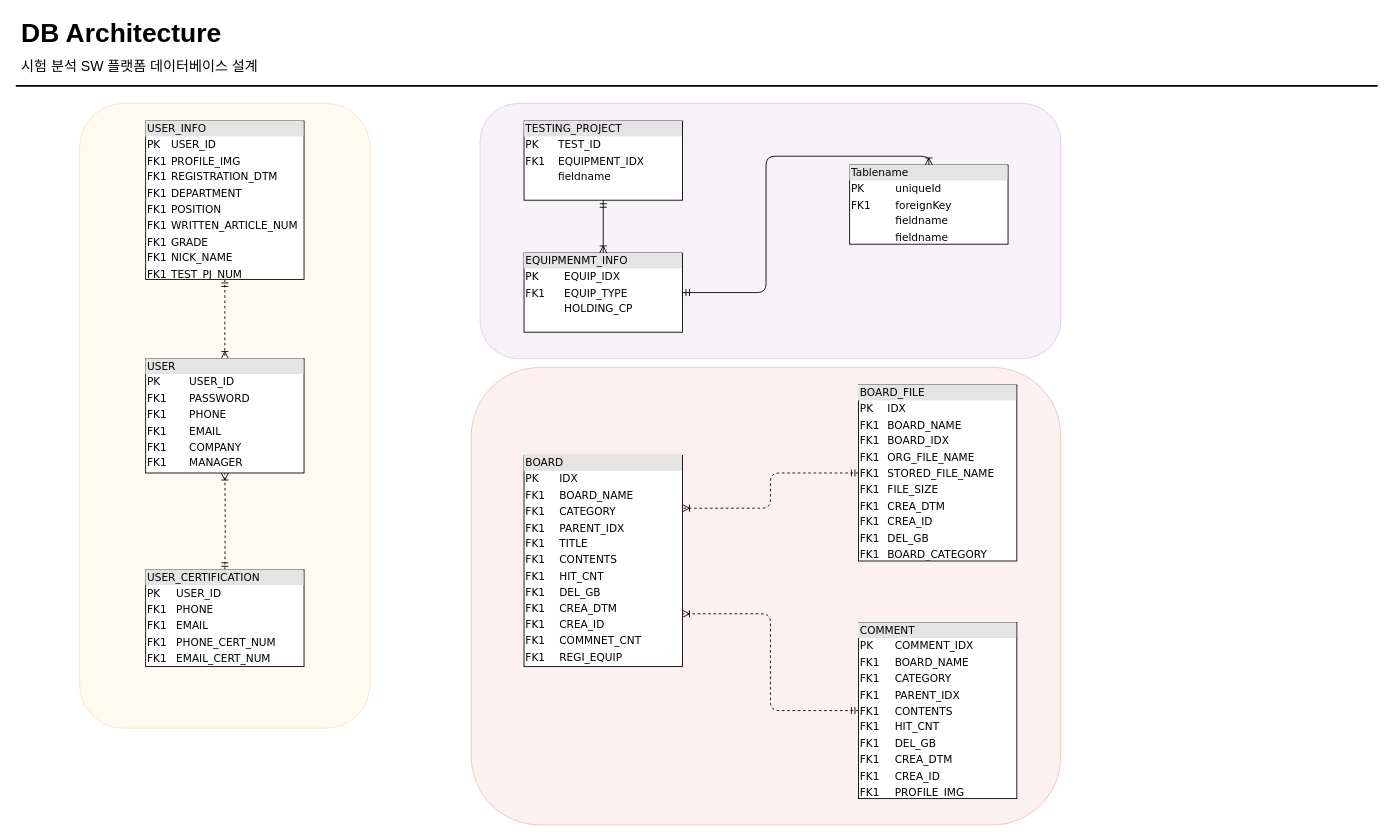
This is DB_architecture.drawio from penzance-jshan/test, a draw.io file, before an edit. Source tidied: cells renumbered, new cells numbered last; positions are measured from the earlier drawing's top-left corner, leaving out a move shared by most shapes. Both pictures are drawn from the tidied source at 88%, with x=0, y=0 at pixel (15, 15).
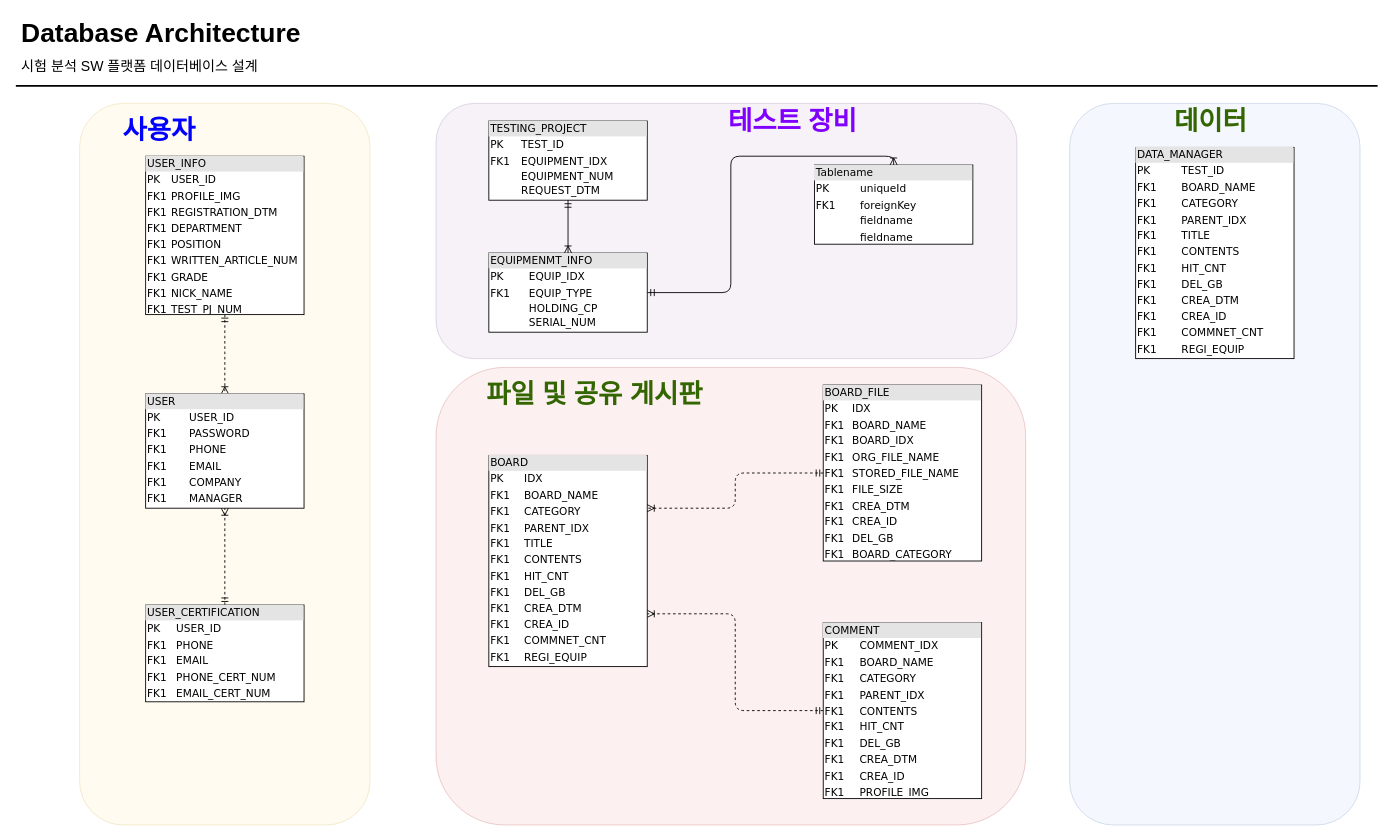
The same diagram, later.

The edit, as a diff of the source:
```diff
@@
     <mxCell id="2" style="rounded=1;whiteSpace=wrap;html=1;fillColor=#e1d5e7;strokeColor=#9673a6;opacity=30;" parent="1" vertex="1">
-      <mxGeometry x="528" y="100" width="660" height="290" as="geometry" />
+      <mxGeometry x="478" y="100" width="660" height="290" as="geometry" />
     </mxCell>
     <mxCell id="3" style="rounded=1;whiteSpace=wrap;html=1;fillColor=#f8cecc;strokeColor=#b85450;opacity=30;" parent="1" vertex="1">
-      <mxGeometry x="518" y="400" width="670" height="520" as="geometry" />
+      <mxGeometry x="478" y="400" width="670" height="520" as="geometry" />
     </mxCell>
     <mxCell id="4" style="rounded=1;whiteSpace=wrap;html=1;fillColor=#fff2cc;strokeColor=#d6b656;opacity=30;" parent="1" vertex="1">
-      <mxGeometry x="73" y="100" width="330" height="710" as="geometry" />
+      <mxGeometry x="73" y="100" width="330" height="820" as="geometry" />
     </mxCell>
-    <mxCell id="5" value="&lt;div style=&quot;box-sizing: border-box ; width: 100% ; background: #e4e4e4 ; padding: 2px&quot;&gt;TESTING_PROJECT&lt;/div&gt;&lt;table style=&quot;width: 100% ; font-size: 1em&quot; cellpadding=&quot;2&quot; cellspacing=&quot;0&quot;&gt;&lt;tbody&gt;&lt;tr&gt;&lt;td&gt;PK&lt;/td&gt;&lt;td&gt;TEST_ID&lt;/td&gt;&lt;/tr&gt;&lt;tr&gt;&lt;td&gt;FK1&lt;/td&gt;&lt;td&gt;EQUIPMENT_IDX&lt;/td&gt;&lt;/tr&gt;&lt;tr&gt;&lt;td&gt;&lt;/td&gt;&lt;td&gt;fieldname&lt;/td&gt;&lt;/tr&gt;&lt;/tbody&gt;&lt;/table&gt;" style="verticalAlign=top;align=left;overflow=fill;html=1;rounded=0;shadow=0;comic=0;labelBackgroundColor=none;strokeWidth=1;fontFamily=Verdana;fontSize=12;" parent="1" vertex="1">
-      <mxGeometry x="578" y="120" width="180" height="90" as="geometry" />
+    <mxCell id="5" value="&lt;div style=&quot;box-sizing: border-box ; width: 100% ; background: #e4e4e4 ; padding: 2px&quot;&gt;TESTING_PROJECT&lt;/div&gt;&lt;table style=&quot;width: 100% ; font-size: 1em&quot; cellpadding=&quot;2&quot; cellspacing=&quot;0&quot;&gt;&lt;tbody&gt;&lt;tr&gt;&lt;td&gt;PK&lt;/td&gt;&lt;td&gt;TEST_ID&lt;/td&gt;&lt;/tr&gt;&lt;tr&gt;&lt;td&gt;FK1&lt;/td&gt;&lt;td&gt;EQUIPMENT_IDX&lt;/td&gt;&lt;/tr&gt;&lt;tr&gt;&lt;td&gt;&lt;/td&gt;&lt;td&gt;EQUIPMENT_NUM&lt;br&gt;REQUEST_DTM&lt;br&gt;&lt;/td&gt;&lt;/tr&gt;&lt;/tbody&gt;&lt;/table&gt;" style="verticalAlign=top;align=left;overflow=fill;html=1;rounded=0;shadow=0;comic=0;labelBackgroundColor=none;strokeWidth=1;fontFamily=Verdana;fontSize=12;" parent="1" vertex="1">
+      <mxGeometry x="538" y="120" width="180" height="90" as="geometry" />
     </mxCell>
@@
     <mxCell id="7" value="&lt;div style=&quot;box-sizing: border-box ; width: 100% ; background: #e4e4e4 ; padding: 2px&quot;&gt;USER&lt;/div&gt;&lt;table style=&quot;width: 100% ; font-size: 1em&quot; cellpadding=&quot;2&quot; cellspacing=&quot;0&quot;&gt;&lt;tbody&gt;&lt;tr&gt;&lt;td&gt;PK&lt;/td&gt;&lt;td&gt;USER_ID&lt;/td&gt;&lt;/tr&gt;&lt;tr&gt;&lt;td&gt;FK1&lt;/td&gt;&lt;td&gt;PASSWORD&lt;/td&gt;&lt;/tr&gt;&lt;tr&gt;&lt;td&gt;FK1&lt;/td&gt;&lt;td&gt;PHONE&lt;/td&gt;&lt;/tr&gt;&lt;tr&gt;&lt;td&gt;FK1&lt;br&gt;&lt;/td&gt;&lt;td&gt;EMAIL&lt;/td&gt;&lt;/tr&gt;&lt;tr&gt;&lt;td&gt;FK1&lt;br&gt;&lt;/td&gt;&lt;td&gt;COMPANY&lt;br&gt;&lt;/td&gt;&lt;/tr&gt;&lt;tr&gt;&lt;td&gt;FK1&lt;br&gt;&lt;/td&gt;&lt;td&gt;MANAGER&lt;/td&gt;&lt;/tr&gt;&lt;/tbody&gt;&lt;/table&gt;" style="verticalAlign=top;align=left;overflow=fill;html=1;rounded=0;shadow=0;comic=0;labelBackgroundColor=none;strokeWidth=1;fontFamily=Verdana;fontSize=12;" parent="1" vertex="1">
-      <mxGeometry x="148" y="390" width="180" height="130" as="geometry" />
+      <mxGeometry x="148" y="430" width="180" height="130" as="geometry" />
     </mxCell>
-    <mxCell id="8" style="edgeStyle=orthogonalEdgeStyle;html=1;dashed=1;labelBackgroundColor=none;startArrow=ERmandOne;endArrow=ERoneToMany;fontFamily=Verdana;fontSize=12;align=left;entryX=0.5;entryY=1;entryDx=0;entryDy=0;exitX=0.5;exitY=0;exitDx=0;exitDy=0;" parent="1" edge="1" target="7">
-      <mxGeometry relative="1" as="geometry">
-        <mxPoint x="238" y="630" as="sourcePoint" />
-      </mxGeometry>
+    <mxCell id="8" style="edgeStyle=orthogonalEdgeStyle;html=1;dashed=1;labelBackgroundColor=none;startArrow=ERmandOne;endArrow=ERoneToMany;fontFamily=Verdana;fontSize=12;align=left;entryX=0.5;entryY=1;entryDx=0;entryDy=0;exitX=0.5;exitY=0;exitDx=0;exitDy=0;" parent="1" edge="1" source="22" target="7">
+      <mxGeometry relative="1" as="geometry" />
     </mxCell>
     <mxCell id="9" value="&lt;div style=&quot;box-sizing: border-box ; width: 100% ; background: #e4e4e4 ; padding: 2px&quot;&gt;Tablename&lt;/div&gt;&lt;table style=&quot;width: 100% ; font-size: 1em&quot; cellpadding=&quot;2&quot; cellspacing=&quot;0&quot;&gt;&lt;tbody&gt;&lt;tr&gt;&lt;td&gt;PK&lt;/td&gt;&lt;td&gt;uniqueId&lt;/td&gt;&lt;/tr&gt;&lt;tr&gt;&lt;td&gt;FK1&lt;/td&gt;&lt;td&gt;foreignKey&lt;/td&gt;&lt;/tr&gt;&lt;tr&gt;&lt;td&gt;&lt;/td&gt;&lt;td&gt;fieldname&lt;/td&gt;&lt;/tr&gt;&lt;tr&gt;&lt;td&gt;&lt;br&gt;&lt;/td&gt;&lt;td&gt;fieldname&lt;br&gt;&lt;/td&gt;&lt;/tr&gt;&lt;/tbody&gt;&lt;/table&gt;" style="verticalAlign=top;align=left;overflow=fill;html=1;rounded=0;shadow=0;comic=0;labelBackgroundColor=none;strokeWidth=1;fontFamily=Verdana;fontSize=12;" parent="1" vertex="1">
-      <mxGeometry x="948" y="170" width="180" height="90" as="geometry" />
+      <mxGeometry x="908" y="170" width="180" height="90" as="geometry" />
     </mxCell>
@@
-    <mxCell id="11" value="&lt;div style=&quot;box-sizing: border-box ; width: 100% ; background: #e4e4e4 ; padding: 2px&quot;&gt;EQUIPMENMT_INFO&lt;/div&gt;&lt;table style=&quot;width: 100% ; font-size: 1em&quot; cellpadding=&quot;2&quot; cellspacing=&quot;0&quot;&gt;&lt;tbody&gt;&lt;tr&gt;&lt;td&gt;PK&lt;/td&gt;&lt;td&gt;EQUIP_IDX&lt;/td&gt;&lt;/tr&gt;&lt;tr&gt;&lt;td&gt;FK1&lt;/td&gt;&lt;td&gt;EQUIP_TYPE&lt;/td&gt;&lt;/tr&gt;&lt;tr&gt;&lt;td&gt;&lt;/td&gt;&lt;td&gt;HOLDING_CP&lt;/td&gt;&lt;/tr&gt;&lt;/tbody&gt;&lt;/table&gt;" style="verticalAlign=top;align=left;overflow=fill;html=1;rounded=0;shadow=0;comic=0;labelBackgroundColor=none;strokeWidth=1;fontFamily=Verdana;fontSize=12;" parent="1" vertex="1">
-      <mxGeometry x="578" y="270" width="180" height="90" as="geometry" />
+    <mxCell id="11" value="&lt;div style=&quot;box-sizing: border-box ; width: 100% ; background: #e4e4e4 ; padding: 2px&quot;&gt;EQUIPMENMT_INFO&lt;/div&gt;&lt;table style=&quot;width: 100% ; font-size: 1em&quot; cellpadding=&quot;2&quot; cellspacing=&quot;0&quot;&gt;&lt;tbody&gt;&lt;tr&gt;&lt;td&gt;PK&lt;/td&gt;&lt;td&gt;EQUIP_IDX&lt;/td&gt;&lt;/tr&gt;&lt;tr&gt;&lt;td&gt;FK1&lt;/td&gt;&lt;td&gt;EQUIP_TYPE&lt;/td&gt;&lt;/tr&gt;&lt;tr&gt;&lt;td&gt;&lt;/td&gt;&lt;td&gt;HOLDING_CP&lt;br&gt;SERIAL_NUM&lt;/td&gt;&lt;/tr&gt;&lt;/tbody&gt;&lt;/table&gt;" style="verticalAlign=top;align=left;overflow=fill;html=1;rounded=0;shadow=0;comic=0;labelBackgroundColor=none;strokeWidth=1;fontFamily=Verdana;fontSize=12;" parent="1" vertex="1">
+      <mxGeometry x="538" y="270" width="180" height="90" as="geometry" />
     </mxCell>
@@
     <mxCell id="13" value="&lt;div style=&quot;box-sizing: border-box ; width: 100% ; background: #e4e4e4 ; padding: 2px&quot;&gt;BOARD&lt;/div&gt;&lt;table style=&quot;width: 100% ; font-size: 1em&quot; cellpadding=&quot;2&quot; cellspacing=&quot;0&quot;&gt;&lt;tbody&gt;&lt;tr&gt;&lt;td&gt;PK&lt;/td&gt;&lt;td&gt;IDX&lt;/td&gt;&lt;/tr&gt;&lt;tr&gt;&lt;td&gt;FK1&lt;/td&gt;&lt;td&gt;BOARD_NAME&lt;/td&gt;&lt;/tr&gt;&lt;tr&gt;&lt;td&gt;FK1&lt;/td&gt;&lt;td&gt;CATEGORY&lt;/td&gt;&lt;/tr&gt;&lt;tr&gt;&lt;td&gt;FK1&lt;br&gt;&lt;/td&gt;&lt;td&gt;PARENT_IDX&lt;br&gt;&lt;/td&gt;&lt;/tr&gt;&lt;tr&gt;&lt;td&gt;FK1&lt;br&gt;&lt;/td&gt;&lt;td&gt;TITLE&lt;br&gt;&lt;/td&gt;&lt;/tr&gt;&lt;tr&gt;&lt;td&gt;FK1&lt;br&gt;&lt;/td&gt;&lt;td&gt;CONTENTS&lt;br&gt;&lt;/td&gt;&lt;/tr&gt;&lt;tr&gt;&lt;td&gt;FK1&lt;br&gt;&lt;/td&gt;&lt;td&gt;HIT_CNT&lt;br&gt;&lt;/td&gt;&lt;/tr&gt;&lt;tr&gt;&lt;td&gt;FK1&lt;br&gt;&lt;/td&gt;&lt;td&gt;DEL_GB&lt;/td&gt;&lt;/tr&gt;&lt;tr&gt;&lt;td&gt;FK1&lt;br&gt;&lt;/td&gt;&lt;td&gt;CREA_DTM&lt;br&gt;&lt;/td&gt;&lt;/tr&gt;&lt;tr&gt;&lt;td&gt;FK1&lt;br&gt;&lt;/td&gt;&lt;td&gt;CREA_ID&lt;br&gt;&lt;/td&gt;&lt;/tr&gt;&lt;tr&gt;&lt;td&gt;FK1&lt;br&gt;&lt;/td&gt;&lt;td&gt;COMMNET_CNT&lt;br&gt;&lt;/td&gt;&lt;/tr&gt;&lt;tr&gt;&lt;td&gt;FK1&lt;br&gt;&lt;/td&gt;&lt;td&gt;REGI_EQUIP&lt;br&gt;&lt;/td&gt;&lt;/tr&gt;&lt;/tbody&gt;&lt;/table&gt;" style="verticalAlign=top;align=left;overflow=fill;html=1;rounded=0;shadow=0;comic=0;labelBackgroundColor=none;strokeWidth=1;fontFamily=Verdana;fontSize=12;" parent="1" vertex="1">
-      <mxGeometry x="578" y="500" width="180" height="240" as="geometry" />
+      <mxGeometry x="538" y="500" width="180" height="240" as="geometry" />
     </mxCell>
@@
-    <mxCell id="15" value="DB Architecture" style="text;html=1;align=left;verticalAlign=top;spacingTop=-4;fontSize=30;fontStyle=1;" parent="1" vertex="1">
-      <mxGeometry x="4.5" width="240" height="40" as="geometry" />
+    <mxCell id="15" value="Database Architecture" style="text;html=1;align=left;verticalAlign=top;spacingTop=-4;fontSize=30;fontStyle=1;" parent="1" vertex="1">
+      <mxGeometry x="4.5" width="330" height="40" as="geometry" />
     </mxCell>
@@
     <mxCell id="18" value="&lt;div style=&quot;box-sizing: border-box ; width: 100% ; background: #e4e4e4 ; padding: 2px&quot;&gt;USER_INFO&lt;br&gt;&lt;/div&gt;&lt;table style=&quot;width: 100% ; font-size: 1em&quot; cellpadding=&quot;2&quot; cellspacing=&quot;0&quot;&gt;&lt;tbody&gt;&lt;tr&gt;&lt;td&gt;PK&lt;/td&gt;&lt;td&gt;USER_ID&lt;/td&gt;&lt;/tr&gt;&lt;tr&gt;&lt;td&gt;FK1&lt;/td&gt;&lt;td&gt;PROFILE_IMG&lt;/td&gt;&lt;/tr&gt;&lt;tr&gt;&lt;td&gt;FK1&lt;/td&gt;&lt;td&gt;REGISTRATION_DTM&lt;/td&gt;&lt;/tr&gt;&lt;tr&gt;&lt;td&gt;FK1&lt;br&gt;&lt;/td&gt;&lt;td&gt;DEPARTMENT&lt;/td&gt;&lt;/tr&gt;&lt;tr&gt;&lt;td&gt;FK1&lt;br&gt;&lt;/td&gt;&lt;td&gt;POSITION&lt;br&gt;&lt;/td&gt;&lt;/tr&gt;&lt;tr&gt;&lt;td&gt;FK1&lt;br&gt;&lt;/td&gt;&lt;td&gt;WRITTEN_ARTICLE_NUM&lt;br&gt;&lt;/td&gt;&lt;/tr&gt;&lt;tr&gt;&lt;td&gt;FK1&lt;br&gt;&lt;/td&gt;&lt;td&gt;GRADE&lt;br&gt;&lt;/td&gt;&lt;/tr&gt;&lt;tr&gt;&lt;td&gt;FK1&lt;br&gt;&lt;/td&gt;&lt;td&gt;NICK_NAME&lt;/td&gt;&lt;/tr&gt;&lt;tr&gt;&lt;td&gt;FK1&lt;br&gt;&lt;/td&gt;&lt;td&gt;TEST_PJ_NUM&lt;/td&gt;&lt;/tr&gt;&lt;/tbody&gt;&lt;/table&gt;" style="verticalAlign=top;align=left;overflow=fill;html=1;rounded=0;shadow=0;comic=0;labelBackgroundColor=none;strokeWidth=1;fontFamily=Verdana;fontSize=12;" parent="1" vertex="1">
-      <mxGeometry x="148" y="120" width="180" height="180" as="geometry" />
+      <mxGeometry x="148" y="160" width="180" height="180" as="geometry" />
     </mxCell>
     <mxCell id="19" value="&lt;div style=&quot;box-sizing: border-box ; width: 100% ; background: #e4e4e4 ; padding: 2px&quot;&gt;BOARD_FILE&lt;/div&gt;&lt;table style=&quot;width: 100% ; font-size: 1em&quot; cellpadding=&quot;2&quot; cellspacing=&quot;0&quot;&gt;&lt;tbody&gt;&lt;tr&gt;&lt;td&gt;PK&lt;/td&gt;&lt;td&gt;IDX&lt;/td&gt;&lt;/tr&gt;&lt;tr&gt;&lt;td&gt;FK1&lt;/td&gt;&lt;td&gt;BOARD_NAME&lt;/td&gt;&lt;/tr&gt;&lt;tr&gt;&lt;td&gt;FK1&lt;/td&gt;&lt;td&gt;BOARD_IDX&lt;/td&gt;&lt;/tr&gt;&lt;tr&gt;&lt;td&gt;FK1&lt;br&gt;&lt;/td&gt;&lt;td&gt;ORG_FILE_NAME&lt;br&gt;&lt;/td&gt;&lt;/tr&gt;&lt;tr&gt;&lt;td&gt;FK1&lt;br&gt;&lt;/td&gt;&lt;td&gt;STORED_FILE_NAME&lt;br&gt;&lt;/td&gt;&lt;/tr&gt;&lt;tr&gt;&lt;td&gt;FK1&lt;br&gt;&lt;/td&gt;&lt;td&gt;FILE_SIZE&lt;br&gt;&lt;/td&gt;&lt;/tr&gt;&lt;tr&gt;&lt;td&gt;FK1&lt;br&gt;&lt;/td&gt;&lt;td&gt;CREA_DTM&lt;br&gt;&lt;/td&gt;&lt;/tr&gt;&lt;tr&gt;&lt;td&gt;FK1&lt;br&gt;&lt;/td&gt;&lt;td&gt;CREA_ID&lt;/td&gt;&lt;/tr&gt;&lt;tr&gt;&lt;td&gt;FK1&lt;br&gt;&lt;/td&gt;&lt;td&gt;DEL_GB&lt;br&gt;&lt;/td&gt;&lt;/tr&gt;&lt;tr&gt;&lt;td&gt;FK1&lt;br&gt;&lt;/td&gt;&lt;td&gt;BOARD_CATEGORY&lt;/td&gt;&lt;/tr&gt;&lt;/tbody&gt;&lt;/table&gt;" style="verticalAlign=top;align=left;overflow=fill;html=1;rounded=0;shadow=0;comic=0;labelBackgroundColor=none;strokeWidth=1;fontFamily=Verdana;fontSize=12;" parent="1" vertex="1">
-      <mxGeometry x="958" y="420" width="180" height="200" as="geometry" />
+      <mxGeometry x="918" y="420" width="180" height="200" as="geometry" />
     </mxCell>
     <mxCell id="20" value="&lt;div style=&quot;box-sizing: border-box ; width: 100% ; background: #e4e4e4 ; padding: 2px&quot;&gt;COMMENT&lt;/div&gt;&lt;table style=&quot;width: 100% ; font-size: 1em&quot; cellpadding=&quot;2&quot; cellspacing=&quot;0&quot;&gt;&lt;tbody&gt;&lt;tr&gt;&lt;td&gt;PK&lt;/td&gt;&lt;td&gt;COMMENT_IDX&lt;/td&gt;&lt;/tr&gt;&lt;tr&gt;&lt;td&gt;FK1&lt;/td&gt;&lt;td&gt;BOARD_NAME&lt;/td&gt;&lt;/tr&gt;&lt;tr&gt;&lt;td&gt;FK1&lt;/td&gt;&lt;td&gt;CATEGORY&lt;/td&gt;&lt;/tr&gt;&lt;tr&gt;&lt;td&gt;FK1&lt;br&gt;&lt;/td&gt;&lt;td&gt;PARENT_IDX&lt;br&gt;&lt;/td&gt;&lt;/tr&gt;&lt;tr&gt;&lt;td&gt;FK1&lt;br&gt;&lt;/td&gt;&lt;td&gt;CONTENTS&lt;/td&gt;&lt;/tr&gt;&lt;tr&gt;&lt;td&gt;FK1&lt;br&gt;&lt;/td&gt;&lt;td&gt;HIT_CNT&lt;br&gt;&lt;/td&gt;&lt;/tr&gt;&lt;tr&gt;&lt;td&gt;FK1&lt;br&gt;&lt;/td&gt;&lt;td&gt;DEL_GB&lt;br&gt;&lt;/td&gt;&lt;/tr&gt;&lt;tr&gt;&lt;td&gt;FK1&lt;br&gt;&lt;/td&gt;&lt;td&gt;CREA_DTM&lt;/td&gt;&lt;/tr&gt;&lt;tr&gt;&lt;td&gt;FK1&lt;br&gt;&lt;/td&gt;&lt;td&gt;CREA_ID&lt;br&gt;&lt;/td&gt;&lt;/tr&gt;&lt;tr&gt;&lt;td&gt;FK1&lt;br&gt;&lt;/td&gt;&lt;td&gt;PROFILE_IMG&lt;/td&gt;&lt;/tr&gt;&lt;/tbody&gt;&lt;/table&gt;" style="verticalAlign=top;align=left;overflow=fill;html=1;rounded=0;shadow=0;comic=0;labelBackgroundColor=none;strokeWidth=1;fontFamily=Verdana;fontSize=12;" parent="1" vertex="1">
-      <mxGeometry x="958" y="690" width="180" height="200" as="geometry" />
+      <mxGeometry x="918" y="690" width="180" height="200" as="geometry" />
     </mxCell>
@@
     <mxCell id="22" value="&lt;div style=&quot;box-sizing: border-box ; width: 100% ; background: #e4e4e4 ; padding: 2px&quot;&gt;USER_CERTIFICATION&lt;/div&gt;&lt;table style=&quot;width: 100% ; font-size: 1em&quot; cellpadding=&quot;2&quot; cellspacing=&quot;0&quot;&gt;&lt;tbody&gt;&lt;tr&gt;&lt;td&gt;PK&lt;/td&gt;&lt;td&gt;USER_ID&lt;/td&gt;&lt;/tr&gt;&lt;tr&gt;&lt;td&gt;FK1&lt;/td&gt;&lt;td&gt;PHONE&lt;/td&gt;&lt;/tr&gt;&lt;tr&gt;&lt;td&gt;FK1&lt;/td&gt;&lt;td&gt;EMAIL&lt;/td&gt;&lt;/tr&gt;&lt;tr&gt;&lt;td&gt;FK1&lt;br&gt;&lt;/td&gt;&lt;td&gt;PHONE_CERT_NUM&lt;br&gt;&lt;/td&gt;&lt;/tr&gt;&lt;tr&gt;&lt;td&gt;FK1&lt;br&gt;&lt;/td&gt;&lt;td&gt;EMAIL_CERT_NUM&lt;br&gt;&lt;/td&gt;&lt;/tr&gt;&lt;tr&gt;&lt;td&gt;&lt;/td&gt;&lt;td&gt;&lt;/td&gt;&lt;/tr&gt;&lt;/tbody&gt;&lt;/table&gt;" style="verticalAlign=top;align=left;overflow=fill;html=1;rounded=0;shadow=0;comic=0;labelBackgroundColor=none;strokeWidth=1;fontFamily=Verdana;fontSize=12;" parent="1" vertex="1">
-      <mxGeometry x="148" y="630" width="180" height="110" as="geometry" />
+      <mxGeometry x="148" y="670" width="180" height="110" as="geometry" />
     </mxCell>
+    <mxCell id="23" value="사용자" style="text;html=1;align=center;verticalAlign=top;spacingTop=-4;fontSize=30;fontStyle=1;fontColor=#0000FF;" parent="1" vertex="1">
+      <mxGeometry x="108" y="110" width="110" height="40" as="geometry" />
+    </mxCell>
+    <mxCell id="24" value="테스트 장비" style="text;html=1;align=center;verticalAlign=top;spacingTop=-4;fontSize=30;fontStyle=1;fontColor=#7F00FF;" parent="1" vertex="1">
+      <mxGeometry x="798" y="100" width="170" height="40" as="geometry" />
+    </mxCell>
+    <mxCell id="25" value="파일 및 공유 게시판" style="text;html=1;align=center;verticalAlign=top;spacingTop=-4;fontSize=30;fontStyle=1;fontColor=#336600;" parent="1" vertex="1">
+      <mxGeometry x="518" y="410" width="280" height="40" as="geometry" />
+    </mxCell>
+    <mxCell id="26" style="rounded=1;whiteSpace=wrap;html=1;fillColor=#dae8fc;strokeColor=#6c8ebf;opacity=30;" parent="1" vertex="1">
+      <mxGeometry x="1198" y="100" width="330" height="820" as="geometry" />
+    </mxCell>
+    <mxCell id="27" value="데이터" style="text;html=1;align=center;verticalAlign=top;spacingTop=-4;fontSize=30;fontStyle=1;fontColor=#336600;" parent="1" vertex="1">
+      <mxGeometry x="1303" y="100" width="110" height="40" as="geometry" />
+    </mxCell>
+    <mxCell id="28" value="&lt;div style=&quot;box-sizing: border-box ; width: 100% ; background: #e4e4e4 ; padding: 2px&quot;&gt;DATA_MANAGER&lt;/div&gt;&lt;table style=&quot;width: 100% ; font-size: 1em&quot; cellpadding=&quot;2&quot; cellspacing=&quot;0&quot;&gt;&lt;tbody&gt;&lt;tr&gt;&lt;td&gt;PK&lt;/td&gt;&lt;td&gt;&lt;br&gt;&lt;/td&gt;&lt;td&gt;&lt;br&gt;&lt;/td&gt;&lt;td&gt;&lt;br&gt;&lt;/td&gt;&lt;td&gt;&lt;br&gt;&lt;/td&gt;&lt;td&gt;&lt;br&gt;&lt;/td&gt;&lt;td&gt;&lt;br&gt;&lt;/td&gt;&lt;td&gt;TEST_ID&lt;/td&gt;&lt;td&gt;&lt;br&gt;&lt;/td&gt;&lt;td&gt;&lt;br&gt;&lt;/td&gt;&lt;td&gt;&lt;br&gt;&lt;/td&gt;&lt;td&gt;&lt;br&gt;&lt;/td&gt;&lt;td&gt;&lt;br&gt;&lt;/td&gt;&lt;td&gt;&lt;br&gt;&lt;/td&gt;&lt;td&gt;&lt;br&gt;&lt;/td&gt;&lt;td&gt;&lt;br&gt;&lt;/td&gt;&lt;/tr&gt;&lt;tr&gt;&lt;td&gt;FK1&lt;/td&gt;&lt;td&gt;&lt;br&gt;&lt;/td&gt;&lt;td&gt;&lt;br&gt;&lt;/td&gt;&lt;td&gt;&lt;br&gt;&lt;/td&gt;&lt;td&gt;&lt;br&gt;&lt;/td&gt;&lt;td&gt;&lt;br&gt;&lt;/td&gt;&lt;td&gt;&lt;br&gt;&lt;/td&gt;&lt;td&gt;BOARD_NAME&lt;/td&gt;&lt;td&gt;&lt;/td&gt;&lt;td&gt;&lt;/td&gt;&lt;td&gt;&lt;/td&gt;&lt;td&gt;&lt;/td&gt;&lt;td&gt;&lt;/td&gt;&lt;td&gt;&lt;/td&gt;&lt;td&gt;&lt;/td&gt;&lt;td&gt;&lt;br&gt;&lt;/td&gt;&lt;/tr&gt;&lt;tr&gt;&lt;td&gt;FK1&lt;/td&gt;&lt;td&gt;&lt;br&gt;&lt;/td&gt;&lt;td&gt;&lt;br&gt;&lt;/td&gt;&lt;td&gt;&lt;br&gt;&lt;/td&gt;&lt;td&gt;&lt;br&gt;&lt;/td&gt;&lt;td&gt;&lt;br&gt;&lt;/td&gt;&lt;td&gt;&lt;br&gt;&lt;/td&gt;&lt;td&gt;CATEGORY&lt;/td&gt;&lt;td&gt;&lt;br&gt;&lt;/td&gt;&lt;td&gt;&lt;br&gt;&lt;/td&gt;&lt;td&gt;&lt;br&gt;&lt;/td&gt;&lt;td&gt;&lt;br&gt;&lt;/td&gt;&lt;td&gt;&lt;br&gt;&lt;/td&gt;&lt;td&gt;&lt;br&gt;&lt;/td&gt;&lt;td&gt;&lt;br&gt;&lt;/td&gt;&lt;td&gt;&lt;br&gt;&lt;/td&gt;&lt;/tr&gt;&lt;tr&gt;&lt;td&gt;FK1&lt;br&gt;&lt;/td&gt;&lt;td&gt;&lt;br&gt;&lt;/td&gt;&lt;td&gt;&lt;br&gt;&lt;/td&gt;&lt;td&gt;&lt;br&gt;&lt;/td&gt;&lt;td&gt;&lt;br&gt;&lt;/td&gt;&lt;td&gt;&lt;br&gt;&lt;/td&gt;&lt;td&gt;&lt;br&gt;&lt;/td&gt;&lt;td&gt;PARENT_IDX&lt;br&gt;&lt;/td&gt;&lt;td&gt;&lt;br&gt;&lt;/td&gt;&lt;td&gt;&lt;br&gt;&lt;/td&gt;&lt;td&gt;&lt;br&gt;&lt;/td&gt;&lt;td&gt;&lt;br&gt;&lt;/td&gt;&lt;td&gt;&lt;br&gt;&lt;/td&gt;&lt;td&gt;&lt;br&gt;&lt;/td&gt;&lt;td&gt;&lt;br&gt;&lt;/td&gt;&lt;td&gt;&lt;br&gt;&lt;/td&gt;&lt;/tr&gt;&lt;tr&gt;&lt;td&gt;FK1&lt;br&gt;&lt;/td&gt;&lt;td&gt;&lt;br&gt;&lt;/td&gt;&lt;td&gt;&lt;br&gt;&lt;/td&gt;&lt;td&gt;&lt;br&gt;&lt;/td&gt;&lt;td&gt;&lt;br&gt;&lt;/td&gt;&lt;td&gt;&lt;br&gt;&lt;/td&gt;&lt;td&gt;&lt;br&gt;&lt;/td&gt;&lt;td&gt;TITLE&lt;br&gt;&lt;/td&gt;&lt;td&gt;&lt;br&gt;&lt;/td&gt;&lt;td&gt;&lt;br&gt;&lt;/td&gt;&lt;td&gt;&lt;br&gt;&lt;/td&gt;&lt;td&gt;&lt;br&gt;&lt;/td&gt;&lt;td&gt;&lt;br&gt;&lt;/td&gt;&lt;td&gt;&lt;br&gt;&lt;/td&gt;&lt;td&gt;&lt;br&gt;&lt;/td&gt;&lt;td&gt;&lt;br&gt;&lt;/td&gt;&lt;/tr&gt;&lt;tr&gt;&lt;td&gt;FK1&lt;br&gt;&lt;/td&gt;&lt;td&gt;&lt;br&gt;&lt;/td&gt;&lt;td&gt;&lt;br&gt;&lt;/td&gt;&lt;td&gt;&lt;br&gt;&lt;/td&gt;&lt;td&gt;&lt;br&gt;&lt;/td&gt;&lt;td&gt;&lt;br&gt;&lt;/td&gt;&lt;td&gt;&lt;br&gt;&lt;/td&gt;&lt;td&gt;CONTENTS&lt;br&gt;&lt;/td&gt;&lt;td&gt;&lt;br&gt;&lt;/td&gt;&lt;td&gt;&lt;br&gt;&lt;/td&gt;&lt;td&gt;&lt;br&gt;&lt;/td&gt;&lt;td&gt;&lt;br&gt;&lt;/td&gt;&lt;td&gt;&lt;br&gt;&lt;/td&gt;&lt;td&gt;&lt;br&gt;&lt;/td&gt;&lt;td&gt;&lt;br&gt;&lt;/td&gt;&lt;td&gt;&lt;br&gt;&lt;/td&gt;&lt;/tr&gt;&lt;tr&gt;&lt;td&gt;FK1&lt;br&gt;&lt;/td&gt;&lt;td&gt;&lt;br&gt;&lt;/td&gt;&lt;td&gt;&lt;br&gt;&lt;/td&gt;&lt;td&gt;&lt;br&gt;&lt;/td&gt;&lt;td&gt;&lt;br&gt;&lt;/td&gt;&lt;td&gt;&lt;br&gt;&lt;/td&gt;&lt;td&gt;&lt;br&gt;&lt;/td&gt;&lt;td&gt;HIT_CNT&lt;br&gt;&lt;/td&gt;&lt;td&gt;&lt;br&gt;&lt;/td&gt;&lt;td&gt;&lt;br&gt;&lt;/td&gt;&lt;td&gt;&lt;br&gt;&lt;/td&gt;&lt;td&gt;&lt;br&gt;&lt;/td&gt;&lt;td&gt;&lt;br&gt;&lt;/td&gt;&lt;td&gt;&lt;br&gt;&lt;/td&gt;&lt;td&gt;&lt;br&gt;&lt;/td&gt;&lt;td&gt;&lt;br&gt;&lt;/td&gt;&lt;/tr&gt;&lt;tr&gt;&lt;td&gt;FK1&lt;br&gt;&lt;/td&gt;&lt;td&gt;&lt;br&gt;&lt;/td&gt;&lt;td&gt;&lt;br&gt;&lt;/td&gt;&lt;td&gt;&lt;br&gt;&lt;/td&gt;&lt;td&gt;&lt;br&gt;&lt;/td&gt;&lt;td&gt;&lt;br&gt;&lt;/td&gt;&lt;td&gt;&lt;br&gt;&lt;/td&gt;&lt;td&gt;DEL_GB&lt;/td&gt;&lt;td&gt;&lt;br&gt;&lt;/td&gt;&lt;td&gt;&lt;br&gt;&lt;/td&gt;&lt;td&gt;&lt;br&gt;&lt;/td&gt;&lt;td&gt;&lt;br&gt;&lt;/td&gt;&lt;td&gt;&lt;br&gt;&lt;/td&gt;&lt;td&gt;&lt;br&gt;&lt;/td&gt;&lt;td&gt;&lt;br&gt;&lt;/td&gt;&lt;td&gt;&lt;br&gt;&lt;/td&gt;&lt;/tr&gt;&lt;tr&gt;&lt;td&gt;FK1&lt;br&gt;&lt;/td&gt;&lt;td&gt;&lt;br&gt;&lt;/td&gt;&lt;td&gt;&lt;br&gt;&lt;/td&gt;&lt;td&gt;&lt;br&gt;&lt;/td&gt;&lt;td&gt;&lt;br&gt;&lt;/td&gt;&lt;td&gt;&lt;br&gt;&lt;/td&gt;&lt;td&gt;&lt;br&gt;&lt;/td&gt;&lt;td&gt;CREA_DTM&lt;br&gt;&lt;/td&gt;&lt;td&gt;&lt;br&gt;&lt;/td&gt;&lt;td&gt;&lt;br&gt;&lt;/td&gt;&lt;td&gt;&lt;br&gt;&lt;/td&gt;&lt;td&gt;&lt;br&gt;&lt;/td&gt;&lt;td&gt;&lt;br&gt;&lt;/td&gt;&lt;td&gt;&lt;br&gt;&lt;/td&gt;&lt;td&gt;&lt;br&gt;&lt;/td&gt;&lt;td&gt;&lt;br&gt;&lt;/td&gt;&lt;/tr&gt;&lt;tr&gt;&lt;td&gt;FK1&lt;br&gt;&lt;/td&gt;&lt;td&gt;&lt;br&gt;&lt;/td&gt;&lt;td&gt;&lt;br&gt;&lt;/td&gt;&lt;td&gt;&lt;br&gt;&lt;/td&gt;&lt;td&gt;&lt;br&gt;&lt;/td&gt;&lt;td&gt;&lt;br&gt;&lt;/td&gt;&lt;td&gt;&lt;br&gt;&lt;/td&gt;&lt;td&gt;CREA_ID&lt;br&gt;&lt;/td&gt;&lt;td&gt;&lt;br&gt;&lt;/td&gt;&lt;td&gt;&lt;br&gt;&lt;/td&gt;&lt;td&gt;&lt;br&gt;&lt;/td&gt;&lt;td&gt;&lt;br&gt;&lt;/td&gt;&lt;td&gt;&lt;br&gt;&lt;/td&gt;&lt;td&gt;&lt;br&gt;&lt;/td&gt;&lt;td&gt;&lt;br&gt;&lt;/td&gt;&lt;td&gt;&lt;br&gt;&lt;/td&gt;&lt;/tr&gt;&lt;tr&gt;&lt;td&gt;FK1&lt;br&gt;&lt;/td&gt;&lt;td&gt;&lt;br&gt;&lt;/td&gt;&lt;td&gt;&lt;br&gt;&lt;/td&gt;&lt;td&gt;&lt;br&gt;&lt;/td&gt;&lt;td&gt;&lt;br&gt;&lt;/td&gt;&lt;td&gt;&lt;br&gt;&lt;/td&gt;&lt;td&gt;&lt;br&gt;&lt;/td&gt;&lt;td&gt;COMMNET_CNT&lt;br&gt;&lt;/td&gt;&lt;td&gt;&lt;br&gt;&lt;/td&gt;&lt;td&gt;&lt;br&gt;&lt;/td&gt;&lt;td&gt;&lt;br&gt;&lt;/td&gt;&lt;td&gt;&lt;br&gt;&lt;/td&gt;&lt;td&gt;&lt;br&gt;&lt;/td&gt;&lt;td&gt;&lt;br&gt;&lt;/td&gt;&lt;td&gt;&lt;br&gt;&lt;/td&gt;&lt;td&gt;&lt;br&gt;&lt;/td&gt;&lt;/tr&gt;&lt;tr&gt;&lt;td&gt;FK1&lt;br&gt;&lt;/td&gt;&lt;td&gt;&lt;br&gt;&lt;/td&gt;&lt;td&gt;&lt;br&gt;&lt;/td&gt;&lt;td&gt;&lt;br&gt;&lt;/td&gt;&lt;td&gt;&lt;br&gt;&lt;/td&gt;&lt;td&gt;&lt;br&gt;&lt;/td&gt;&lt;td&gt;&lt;br&gt;&lt;/td&gt;&lt;td&gt;REGI_EQUIP&lt;br&gt;&lt;/td&gt;&lt;td&gt;&lt;br&gt;&lt;/td&gt;&lt;td&gt;&lt;br&gt;&lt;/td&gt;&lt;td&gt;&lt;br&gt;&lt;/td&gt;&lt;td&gt;&lt;br&gt;&lt;/td&gt;&lt;td&gt;&lt;br&gt;&lt;/td&gt;&lt;td&gt;&lt;br&gt;&lt;/td&gt;&lt;td&gt;&lt;br&gt;&lt;/td&gt;&lt;td&gt;&lt;br&gt;&lt;/td&gt;&lt;/tr&gt;&lt;/tbody&gt;&lt;/table&gt;" style="verticalAlign=top;align=left;overflow=fill;html=1;rounded=0;shadow=0;comic=0;labelBackgroundColor=none;strokeWidth=1;fontFamily=Verdana;fontSize=12;" parent="1" vertex="1">
+      <mxGeometry x="1273" y="150" width="180" height="240" as="geometry" />
+    </mxCell>
```
